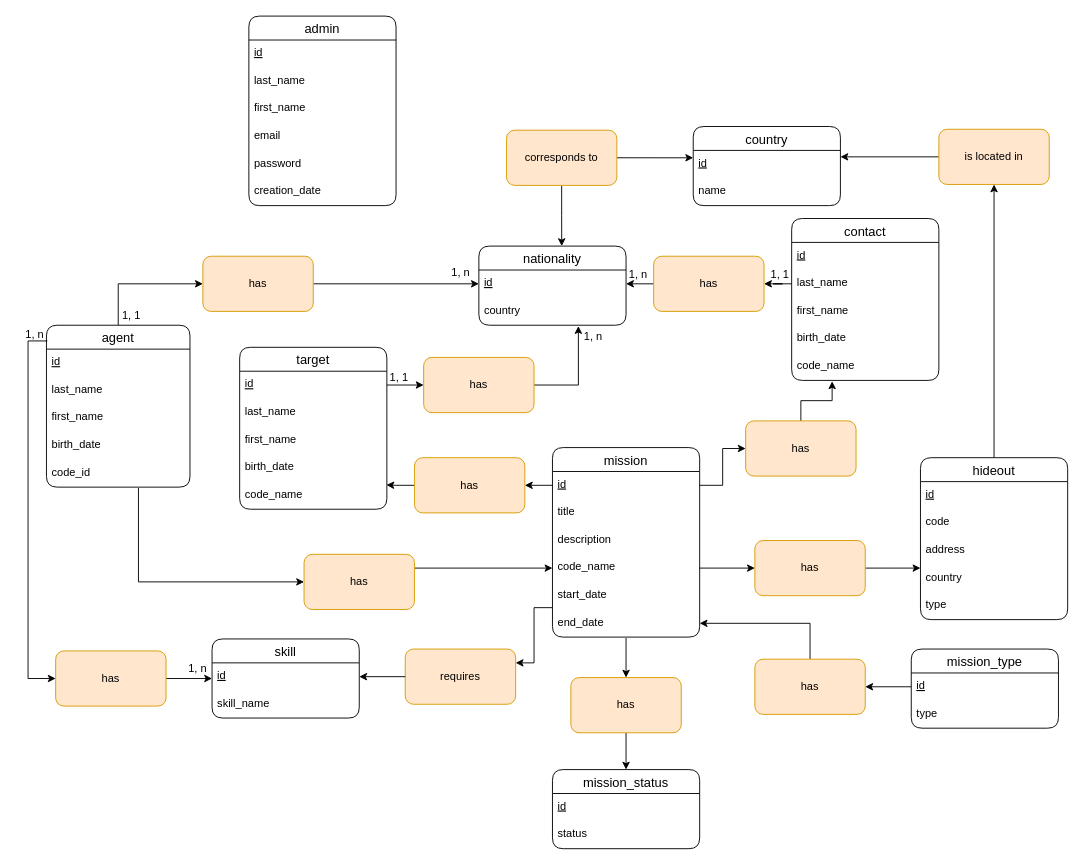
Earlier version of the draw.io diagram MCD.drawio (Armafobe/spy-test). Source tidied: cells renumbered, new cells numbered last; positions are measured from the earlier drawing's top-left corner, leaving out a move shared by most shapes. Both pictures are drawn from the tidied source at 92%, with x=0, y=0 at pixel (16, 16).
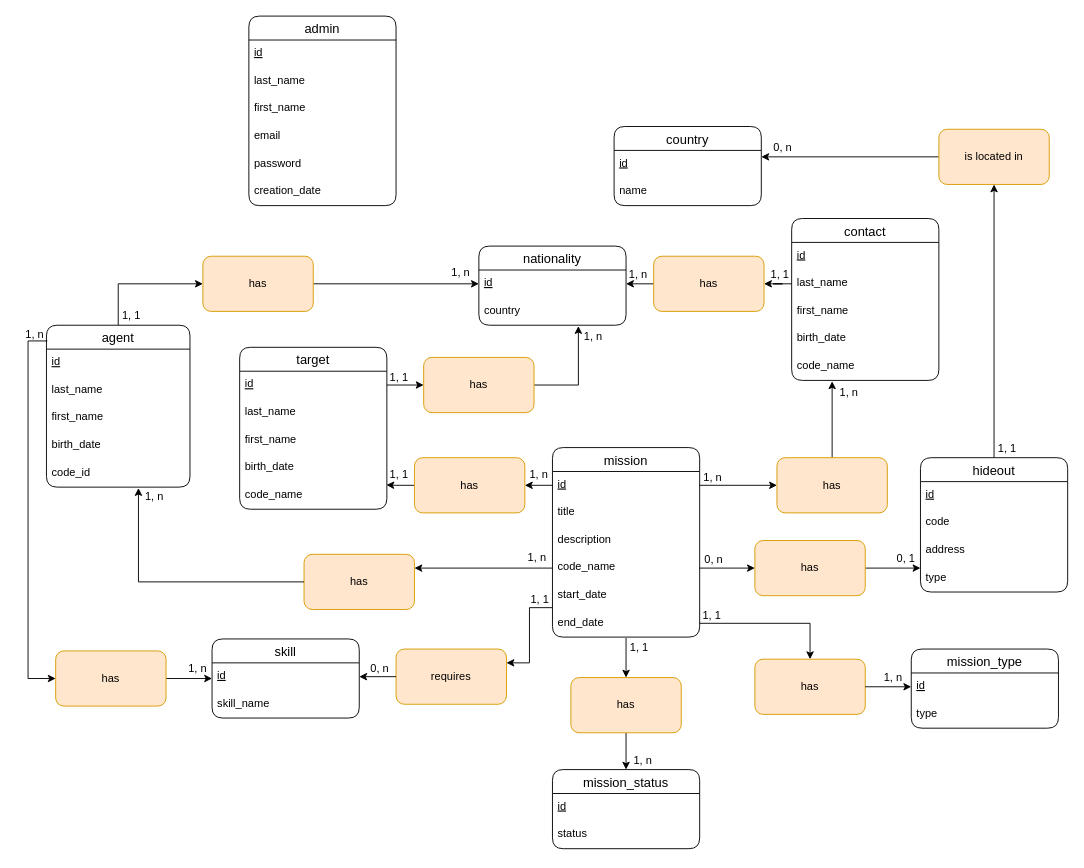
Above is the later version.

The change refers to these unchanged cells:
```xml
<mxCell id="8" value="code_id" style="text;strokeColor=none;fillColor=none;spacingLeft=4;spacingRight=4;overflow=hidden;points=[[0,0.5],[1,0.5]];portConstraint=eastwest;fontSize=12;" parent="3" vertex="1">
  <mxGeometry y="146" width="156" height="30" as="geometry" />
</mxCell>
<mxCell id="11" value="nationality" style="swimlane;fontStyle=0;horizontal=1;startSize=26;align=center;fontSize=14;rounded=1;" parent="1" vertex="1">
  <mxGeometry x="503" y="250" width="160" height="86" as="geometry" />
</mxCell>
<mxCell id="35" value="id" style="text;strokeColor=none;fillColor=none;spacingLeft=4;spacingRight=4;overflow=hidden;points=[[0,0.5],[1,0.5]];portConstraint=eastwest;fontSize=12;fontStyle=4;rounded=1;" parent="34" vertex="1">
  <mxGeometry y="26" width="160" height="30" as="geometry" />
</mxCell>
<mxCell id="48" value="code_name" style="text;strokeColor=none;fillColor=none;spacingLeft=4;spacingRight=4;overflow=hidden;points=[[0,0.5],[1,0.5]];portConstraint=eastwest;fontSize=12;rounded=1;" parent="44" vertex="1">
  <mxGeometry y="116" width="160" height="30" as="geometry" />
</mxCell>
<mxCell id="50" value="end_date" style="text;strokeColor=none;fillColor=none;spacingLeft=4;spacingRight=4;overflow=hidden;points=[[0,0.5],[1,0.5]];portConstraint=eastwest;fontSize=12;rounded=1;" parent="44" vertex="1">
  <mxGeometry y="176" width="160" height="30" as="geometry" />
</mxCell>
<mxCell id="62" value="has" style="rounded=1;whiteSpace=wrap;html=1;fillColor=#ffe6cc;strokeColor=#d79b00;" parent="1" vertex="1">
  <mxGeometry x="313" y="585" width="120" height="60" as="geometry" />
</mxCell>
<mxCell id="91" value="id" style="text;strokeColor=none;fillColor=none;spacingLeft=4;spacingRight=4;overflow=hidden;points=[[0,0.5],[1,0.5]];portConstraint=eastwest;fontSize=12;rounded=1;fontStyle=4;" parent="90" vertex="1">
  <mxGeometry y="26" width="160" height="30" as="geometry" />
</mxCell>
<mxCell id="94" value="has" style="rounded=1;whiteSpace=wrap;html=1;fillColor=#ffe6cc;strokeColor=#d79b00;" parent="1" vertex="1">
  <mxGeometry x="803" y="699" width="120" height="60" as="geometry" />
</mxCell>
```

Change to the diagram source:
```diff
@@
     <mxCell id="34" value="country" style="swimlane;fontStyle=0;horizontal=1;startSize=26;align=center;fontSize=14;rounded=1;" parent="1" vertex="1">
-      <mxGeometry x="736" y="120" width="160" height="86" as="geometry" />
+      <mxGeometry x="650" y="120" width="160" height="86" as="geometry" />
     </mxCell>
@@
     <mxCell id="38" value="hideout" style="swimlane;fontStyle=0;horizontal=1;startSize=26;align=center;fontSize=14;rounded=1;" parent="1" vertex="1">
-      <mxGeometry x="983" y="480" width="160" height="176" as="geometry" />
+      <mxGeometry x="983" y="480" width="160" height="146" as="geometry" />
     </mxCell>
@@
-    <mxCell id="42" value="country" style="text;strokeColor=none;fillColor=none;spacingLeft=4;spacingRight=4;overflow=hidden;fontSize=12;rounded=1;" parent="38" vertex="1">
-      <mxGeometry y="116" width="160" height="30" as="geometry" />
-    </mxCell>
     <mxCell id="43" value="type" style="text;strokeColor=none;fillColor=none;spacingLeft=4;spacingRight=4;overflow=hidden;fontSize=12;rounded=1;" parent="38" vertex="1">
-      <mxGeometry y="146" width="160" height="30" as="geometry" />
+      <mxGeometry y="116" width="160" height="30" as="geometry" />
     </mxCell>
@@
-    <mxCell id="54" style="edgeStyle=orthogonalEdgeStyle;rounded=0;jettySize=auto;html=1;entryX=0.563;entryY=0;entryDx=0;entryDy=0;entryPerimeter=0;startArrow=none;startFill=0;endArrow=classic;endFill=1;" parent="1" edge="1" source="56" target="11">
-      <mxGeometry relative="1" as="geometry" />
-    </mxCell>
-    <mxCell id="55" style="edgeStyle=orthogonalEdgeStyle;rounded=0;jettySize=auto;html=1;exitX=1;exitY=0.5;exitDx=0;exitDy=0;entryX=0;entryY=0.267;entryDx=0;entryDy=0;entryPerimeter=0;startArrow=none;startFill=0;endArrow=classic;endFill=1;" parent="1" edge="1" source="56" target="35">
-      <mxGeometry relative="1" as="geometry" />
-    </mxCell>
-    <mxCell id="56" value="corresponds to" style="rounded=1;whiteSpace=wrap;html=1;fillColor=#ffe6cc;strokeColor=#d79b00;" parent="1" vertex="1">
-      <mxGeometry x="533" y="124" width="120" height="60" as="geometry" />
-    </mxCell>
@@
-    <mxCell id="61" style="edgeStyle=orthogonalEdgeStyle;rounded=0;jettySize=auto;html=1;exitX=1;exitY=0.25;exitDx=0;exitDy=0;entryX=0;entryY=0.5;entryDx=0;entryDy=0;startArrow=none;startFill=0;endArrow=classic;endFill=1;" parent="1" edge="1" source="62" target="48">
-      <mxGeometry relative="1" as="geometry" />
-    </mxCell>
@@
     <mxCell id="64" value="has" style="rounded=1;whiteSpace=wrap;html=1;fillColor=#ffe6cc;strokeColor=#d79b00;" parent="1" vertex="1">
-      <mxGeometry x="793" y="440" width="120" height="60" as="geometry" />
+      <mxGeometry x="827" y="480" width="120" height="60" as="geometry" />
     </mxCell>
@@
-    <mxCell id="72" style="edgeStyle=orthogonalEdgeStyle;rounded=0;jettySize=auto;html=1;exitX=0.641;exitY=1.033;exitDx=0;exitDy=0;entryX=0;entryY=0.5;entryDx=0;entryDy=0;startArrow=none;startFill=0;endArrow=classic;endFill=1;exitPerimeter=0;" parent="1" edge="1" source="8" target="62">
+    <mxCell id="72" style="edgeStyle=orthogonalEdgeStyle;rounded=0;jettySize=auto;html=1;exitX=0;exitY=0.5;exitDx=0;exitDy=0;entryX=0.641;entryY=1.033;entryDx=0;entryDy=0;startArrow=none;startFill=0;endArrow=classic;endFill=1;entryPerimeter=0;" parent="1" edge="1" source="62" target="8">
       <mxGeometry relative="1" as="geometry" />
     </mxCell>
     <mxCell id="73" value="requires" style="rounded=1;whiteSpace=wrap;html=1;fillColor=#ffe6cc;strokeColor=#d79b00;" parent="1" vertex="1">
-      <mxGeometry x="423" y="688" width="120" height="60" as="geometry" />
+      <mxGeometry x="413" y="688" width="120" height="60" as="geometry" />
     </mxCell>
@@
-    <mxCell id="93" style="edgeStyle=orthogonalEdgeStyle;rounded=0;jettySize=auto;html=1;entryX=1;entryY=0.5;entryDx=0;entryDy=0;startArrow=none;startFill=0;endArrow=classic;endFill=1;" parent="1" edge="1" source="94" target="50">
-      <mxGeometry relative="1" as="geometry" />
-    </mxCell>
@@
-    <mxCell id="95" style="edgeStyle=orthogonalEdgeStyle;rounded=0;jettySize=auto;html=1;exitX=0;exitY=0.5;exitDx=0;exitDy=0;startArrow=none;startFill=0;endArrow=classic;endFill=1;" parent="1" edge="1" source="91" target="94">
+    <mxCell id="95" style="edgeStyle=orthogonalEdgeStyle;rounded=0;jettySize=auto;html=1;startArrow=none;startFill=0;endArrow=classic;endFill=1;entryX=0;entryY=0.5;entryDx=0;entryDy=0;" parent="1" edge="1" source="94" target="91">
       <mxGeometry relative="1" as="geometry" />
     </mxCell>
@@
+    <mxCell id="103" value="0, n" style="text;html=1;align=center;verticalAlign=middle;strokeColor=none;fillColor=none;" parent="1" vertex="1">
+      <mxGeometry x="813" y="133" width="40" height="20" as="geometry" />
+    </mxCell>
+    <mxCell id="104" value="1, 1" style="text;html=1;align=center;verticalAlign=middle;strokeColor=none;fillColor=none;" parent="1" vertex="1">
+      <mxGeometry x="1057" y="460" width="40" height="20" as="geometry" />
+    </mxCell>
+    <mxCell id="105" value="1, 1" style="text;html=1;align=center;verticalAlign=middle;strokeColor=none;fillColor=none;" parent="1" vertex="1">
+      <mxGeometry x="657" y="677" width="40" height="20" as="geometry" />
+    </mxCell>
+    <mxCell id="106" value="1, n" style="text;html=1;align=center;verticalAlign=middle;strokeColor=none;fillColor=none;" parent="1" vertex="1">
+      <mxGeometry x="661" y="799" width="40" height="20" as="geometry" />
+    </mxCell>
+    <mxCell id="93" style="edgeStyle=orthogonalEdgeStyle;rounded=0;jettySize=auto;html=1;startArrow=none;startFill=0;endArrow=classic;endFill=1;exitX=1;exitY=0.5;exitDx=0;exitDy=0;" parent="1" edge="1" source="50" target="94">
+      <mxGeometry relative="1" as="geometry" />
+    </mxCell>
+    <mxCell id="107" value="1, 1" style="text;html=1;align=center;verticalAlign=middle;strokeColor=none;fillColor=none;" parent="1" vertex="1">
+      <mxGeometry x="736" y="642" width="40" height="20" as="geometry" />
+    </mxCell>
+    <mxCell id="108" value="1, n" style="text;html=1;align=center;verticalAlign=middle;strokeColor=none;fillColor=none;" parent="1" vertex="1">
+      <mxGeometry x="933" y="709" width="40" height="20" as="geometry" />
+    </mxCell>
+    <mxCell id="109" value="0, 1" style="text;html=1;align=center;verticalAlign=middle;strokeColor=none;fillColor=none;" parent="1" vertex="1">
+      <mxGeometry x="947" y="580" width="40" height="20" as="geometry" />
+    </mxCell>
+    <mxCell id="110" value="0, n" style="text;html=1;align=center;verticalAlign=middle;strokeColor=none;fillColor=none;" parent="1" vertex="1">
+      <mxGeometry x="738" y="581" width="40" height="20" as="geometry" />
+    </mxCell>
+    <mxCell id="111" value="1, n" style="text;html=1;align=center;verticalAlign=middle;strokeColor=none;fillColor=none;" parent="1" vertex="1">
+      <mxGeometry x="737" y="492" width="40" height="20" as="geometry" />
+    </mxCell>
+    <mxCell id="112" value="1, n" style="text;html=1;align=center;verticalAlign=middle;strokeColor=none;fillColor=none;" parent="1" vertex="1">
+      <mxGeometry x="885" y="399" width="40" height="20" as="geometry" />
+    </mxCell>
+    <mxCell id="113" value="1, n" style="text;html=1;align=center;verticalAlign=middle;strokeColor=none;fillColor=none;" parent="1" vertex="1">
+      <mxGeometry x="548" y="489" width="40" height="20" as="geometry" />
+    </mxCell>
+    <mxCell id="114" value="1, 1" style="text;html=1;align=center;verticalAlign=middle;strokeColor=none;fillColor=none;" parent="1" vertex="1">
+      <mxGeometry x="396" y="489" width="40" height="20" as="geometry" />
+    </mxCell>
+    <mxCell id="115" value="1, n" style="text;html=1;align=center;verticalAlign=middle;strokeColor=none;fillColor=none;" parent="1" vertex="1">
+      <mxGeometry x="546" y="579" width="40" height="20" as="geometry" />
+    </mxCell>
+    <mxCell id="116" value="1, n" style="text;html=1;align=center;verticalAlign=middle;strokeColor=none;fillColor=none;" parent="1" vertex="1">
+      <mxGeometry x="130" y="513" width="40" height="20" as="geometry" />
+    </mxCell>
+    <mxCell id="117" value="1, 1" style="text;html=1;align=center;verticalAlign=middle;strokeColor=none;fillColor=none;" parent="1" vertex="1">
+      <mxGeometry x="549" y="624" width="40" height="20" as="geometry" />
+    </mxCell>
+    <mxCell id="118" value="0, n" style="text;html=1;align=center;verticalAlign=middle;strokeColor=none;fillColor=none;" parent="1" vertex="1">
+      <mxGeometry x="375" y="699" width="40" height="20" as="geometry" />
+    </mxCell>
+    <mxCell id="61" style="edgeStyle=orthogonalEdgeStyle;rounded=0;jettySize=auto;html=1;exitX=0;exitY=0.5;exitDx=0;exitDy=0;entryX=1;entryY=0.25;entryDx=0;entryDy=0;startArrow=none;startFill=0;endArrow=classic;endFill=1;" parent="1" edge="1" source="48" target="62">
+      <mxGeometry relative="1" as="geometry" />
+    </mxCell>
```
